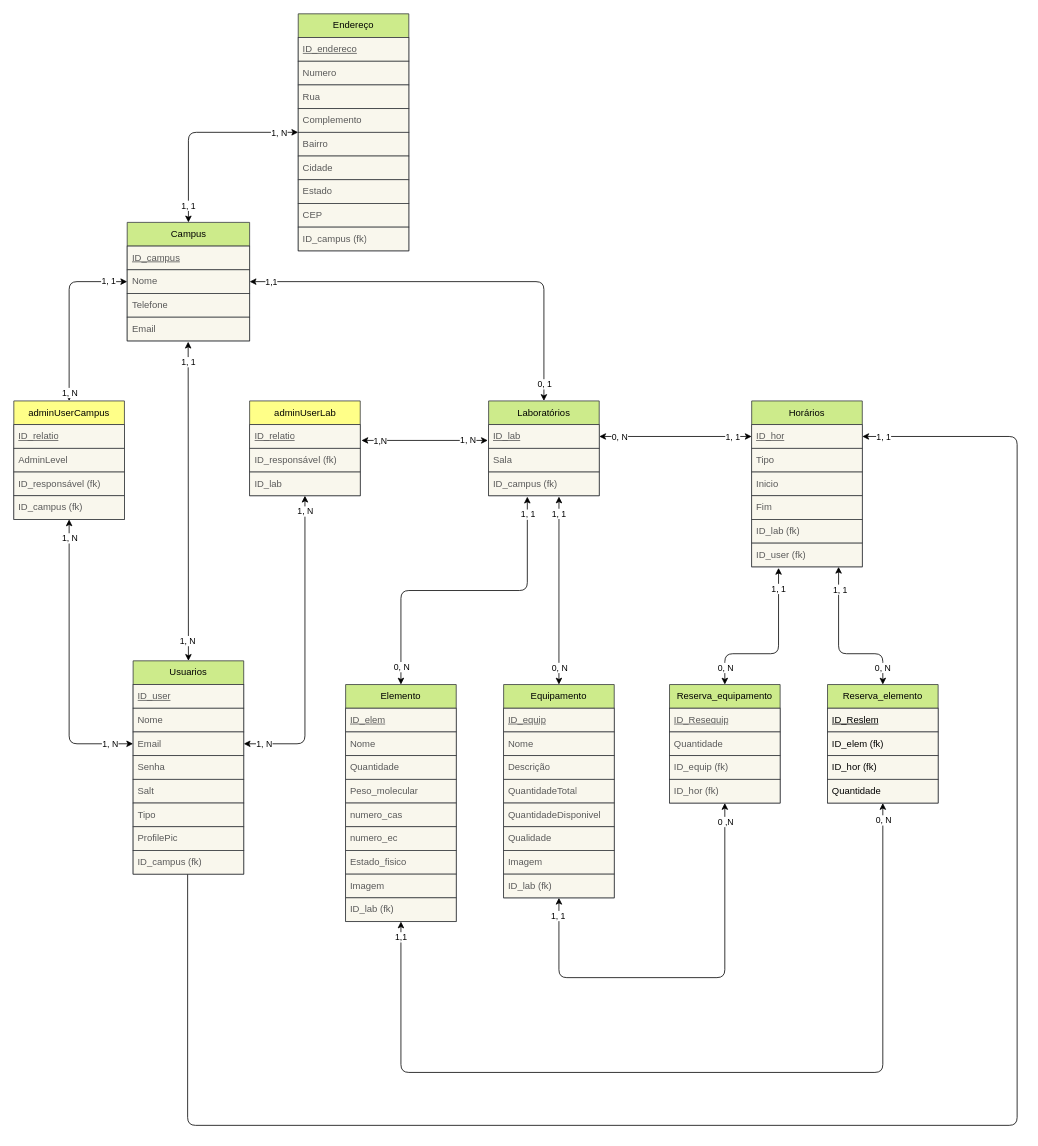
Above: database/iflab.drawio in MatheusCamargoGinebro/APIFlab (draw.io), before the change. Source tidied: cells renumbered, new cells numbered last; positions are measured from the earlier drawing's top-left corner, leaving out a move shared by most shapes. Both pictures are drawn from the tidied source at 79%, with x=0, y=0 at pixel (13, 13).
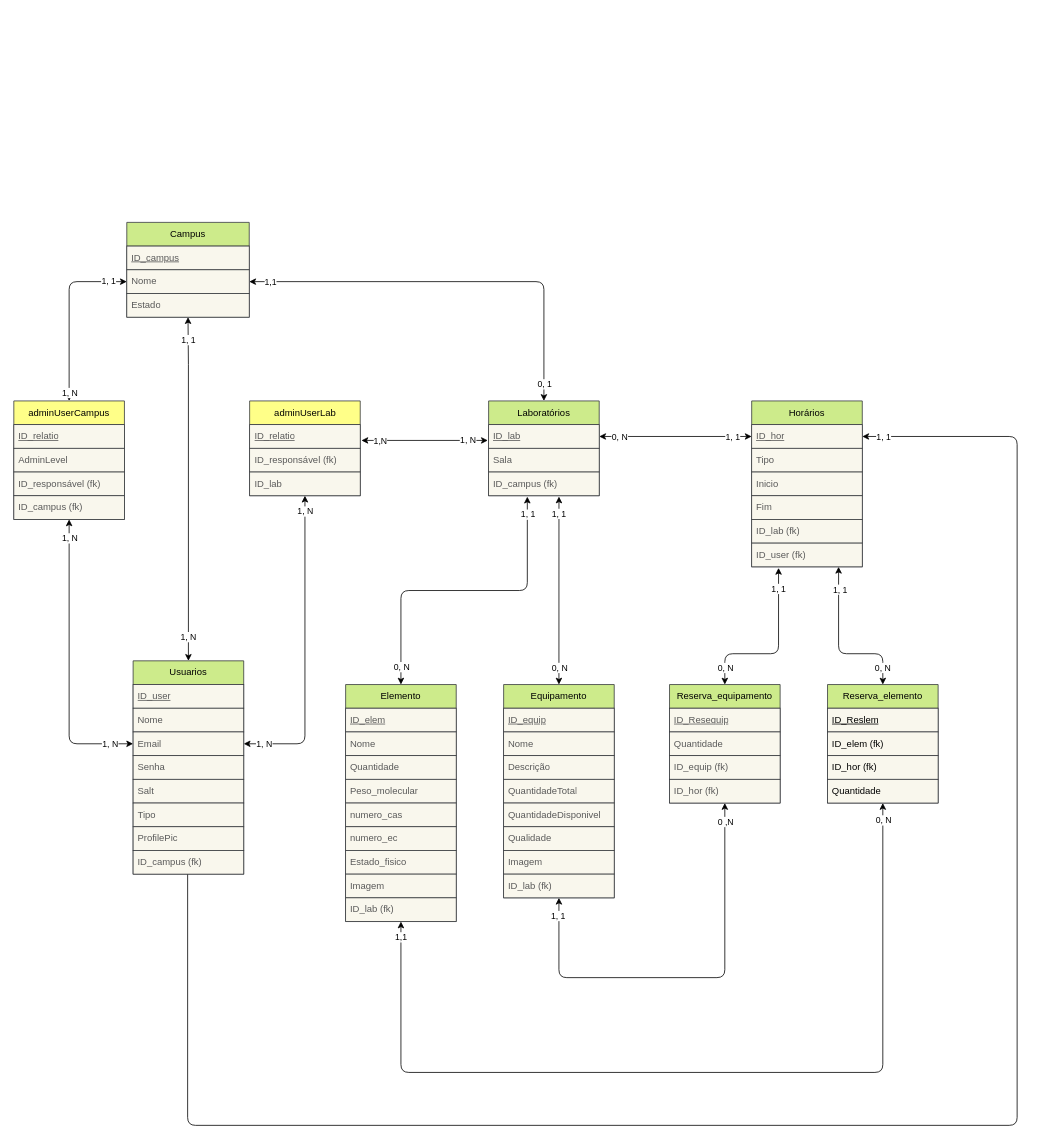
After the change.

Commit message (it also covers changes not shown here):
Refactor database schema and institute controllers

Unchanged cells that the change refers to:
```xml
<mxCell id="11" value="Usuarios" style="swimlane;fontStyle=0;horizontal=1;startSize=30;whiteSpace=wrap;html=1;fillColor=#cdeb8b;strokeColor=#36393d;fontColor=#000000;" parent="1" vertex="1">
  <mxGeometry x="151" y="819" width="140" height="270" as="geometry" />
</mxCell>
```

The edit, as a diff of the source:
```diff
@@
-    <mxCell id="20" style="edgeStyle=orthogonalEdgeStyle;rounded=0;jettySize=auto;html=1;entryX=0.5;entryY=0;entryDx=0;entryDy=0;startArrow=classic;startFill=1;exitX=0.498;exitY=1.035;exitDx=0;exitDy=0;exitPerimeter=0;" parent="1" edge="1" source="27" target="11">
+    <mxCell id="20" style="edgeStyle=orthogonalEdgeStyle;rounded=0;jettySize=auto;html=1;entryX=0.5;entryY=0;entryDx=0;entryDy=0;startArrow=classic;startFill=1;exitX=0.5;exitY=1;exitDx=0;exitDy=0;" parent="1" edge="1" source="23" target="11">
       <mxGeometry relative="1" as="geometry">
         <Array as="points">
           <mxPoint x="221" y="444" />
-          <mxPoint x="221" y="444" />
+          <mxPoint x="220" y="444" />
         </Array>
       </mxGeometry>
     </mxCell>
@@
     <mxCell id="23" value="Campus" style="swimlane;fontStyle=0;horizontal=1;startSize=30;whiteSpace=wrap;html=1;fillColor=#cdeb8b;strokeColor=#36393d;fontColor=#000000;" parent="1" vertex="1">
-      <mxGeometry x="143.5" y="264" width="155" height="150" as="geometry" />
+      <mxGeometry x="143" y="264" width="155" height="120" as="geometry" />
     </mxCell>
@@
-    <mxCell id="26" value="Telefone" style="text;strokeColor=#36393d;fillColor=#f9f7ed;align=left;verticalAlign=middle;spacingLeft=4;spacingRight=4;overflow=hidden;whiteSpace=wrap;html=1;fontColor=#595959;" parent="23" vertex="1">
-      <mxGeometry y="90" width="155" height="30" as="geometry" />
-    </mxCell>
-    <mxCell id="27" value="Email" style="text;strokeColor=#36393d;fillColor=#f9f7ed;align=left;verticalAlign=middle;spacingLeft=4;spacingRight=4;overflow=hidden;points=[[0,0.5],[1,0.5]];portConstraint=eastwest;whiteSpace=wrap;html=1;fontColor=#595959;" parent="23" vertex="1">
-      <mxGeometry y="120" width="155" height="30" as="geometry" />
-    </mxCell>
+    <mxCell id="99" value="Estado" style="text;strokeColor=#36393d;fillColor=#f9f7ed;align=left;verticalAlign=middle;spacingLeft=4;spacingRight=4;overflow=hidden;whiteSpace=wrap;html=1;fontColor=#595959;" parent="23" vertex="1">
+      <mxGeometry y="90" width="155" height="30" as="geometry" />
+    </mxCell>
@@
-    <mxCell id="89" style="html=1;entryX=0.5;entryY=0;entryDx=0;entryDy=0;edgeStyle=orthogonalEdgeStyle;startArrow=classic;startFill=1;" parent="1" edge="1" source="92" target="23">
-      <mxGeometry relative="1" as="geometry" />
-    </mxCell>
-    <mxCell id="90" value="1, N" style="edgeLabel;html=1;align=center;verticalAlign=middle;fontColor=#000000;labelBackgroundColor=#FFFFFF;" parent="89" vertex="1">
-      <mxGeometry x="-0.77" y="-1" relative="1" as="geometry">
-        <mxPoint x="4" y="1" as="offset" />
-      </mxGeometry>
-    </mxCell>
-    <mxCell id="91" value="1, 1" style="edgeLabel;html=1;align=center;verticalAlign=middle;fontColor=#000000;labelBackgroundColor=#FFFFFF;" parent="89" vertex="1">
-      <mxGeometry x="0.85" relative="1" as="geometry">
-        <mxPoint x="-1" y="-3" as="offset" />
-      </mxGeometry>
-    </mxCell>
-    <mxCell id="92" value="Endereço" style="swimlane;fontStyle=0;horizontal=1;startSize=30;whiteSpace=wrap;html=1;fillColor=#cdeb8b;strokeColor=#36393d;fontColor=#000000;" parent="1" vertex="1">
-      <mxGeometry x="360" width="140" height="300" as="geometry" />
-    </mxCell>
-    <mxCell id="93" value="ID_endereco" style="text;strokeColor=#36393d;fillColor=#f9f7ed;align=left;verticalAlign=middle;spacingLeft=4;spacingRight=4;overflow=hidden;whiteSpace=wrap;html=1;fontStyle=4;fontColor=#595959;" parent="92" vertex="1">
-      <mxGeometry y="30" width="140" height="30" as="geometry" />
-    </mxCell>
-    <mxCell id="94" value="Numero" style="text;strokeColor=#36393d;fillColor=#f9f7ed;align=left;verticalAlign=middle;spacingLeft=4;spacingRight=4;overflow=hidden;whiteSpace=wrap;html=1;fontColor=#595959;" parent="92" vertex="1">
-      <mxGeometry y="60" width="140" height="30" as="geometry" />
-    </mxCell>
-    <mxCell id="95" value="Rua" style="text;strokeColor=#36393d;fillColor=#f9f7ed;align=left;verticalAlign=middle;spacingLeft=4;spacingRight=4;overflow=hidden;whiteSpace=wrap;html=1;fontColor=#595959;" parent="92" vertex="1">
-      <mxGeometry y="90" width="140" height="30" as="geometry" />
-    </mxCell>
-    <mxCell id="96" value="Complemento" style="text;strokeColor=#36393d;fillColor=#f9f7ed;align=left;verticalAlign=middle;spacingLeft=4;spacingRight=4;overflow=hidden;whiteSpace=wrap;html=1;fontColor=#595959;" parent="92" vertex="1">
-      <mxGeometry y="120" width="140" height="30" as="geometry" />
-    </mxCell>
-    <mxCell id="97" value="Bairro" style="text;strokeColor=#36393d;fillColor=#f9f7ed;align=left;verticalAlign=middle;spacingLeft=4;spacingRight=4;overflow=hidden;whiteSpace=wrap;html=1;fontColor=#595959;" parent="92" vertex="1">
-      <mxGeometry y="150" width="140" height="30" as="geometry" />
-    </mxCell>
-    <mxCell id="98" value="Cidade" style="text;strokeColor=#36393d;fillColor=#f9f7ed;align=left;verticalAlign=middle;spacingLeft=4;spacingRight=4;overflow=hidden;whiteSpace=wrap;html=1;fontColor=#595959;" parent="92" vertex="1">
-      <mxGeometry y="180" width="140" height="30" as="geometry" />
-    </mxCell>
-    <mxCell id="99" value="Estado" style="text;strokeColor=#36393d;fillColor=#f9f7ed;align=left;verticalAlign=middle;spacingLeft=4;spacingRight=4;overflow=hidden;whiteSpace=wrap;html=1;fontColor=#595959;" parent="92" vertex="1">
-      <mxGeometry y="210" width="140" height="30" as="geometry" />
-    </mxCell>
-    <mxCell id="100" value="CEP" style="text;strokeColor=#36393d;fillColor=#f9f7ed;align=left;verticalAlign=middle;spacingLeft=4;spacingRight=4;overflow=hidden;whiteSpace=wrap;html=1;fontColor=#595959;" parent="92" vertex="1">
-      <mxGeometry y="240" width="140" height="30" as="geometry" />
-    </mxCell>
-    <mxCell id="101" value="ID_campus (fk)" style="text;strokeColor=#36393d;fillColor=#f9f7ed;align=left;verticalAlign=middle;spacingLeft=4;spacingRight=4;overflow=hidden;whiteSpace=wrap;html=1;fontStyle=0;fontColor=#595959;" parent="92" vertex="1">
-      <mxGeometry y="270" width="140" height="30" as="geometry" />
-    </mxCell>
```
